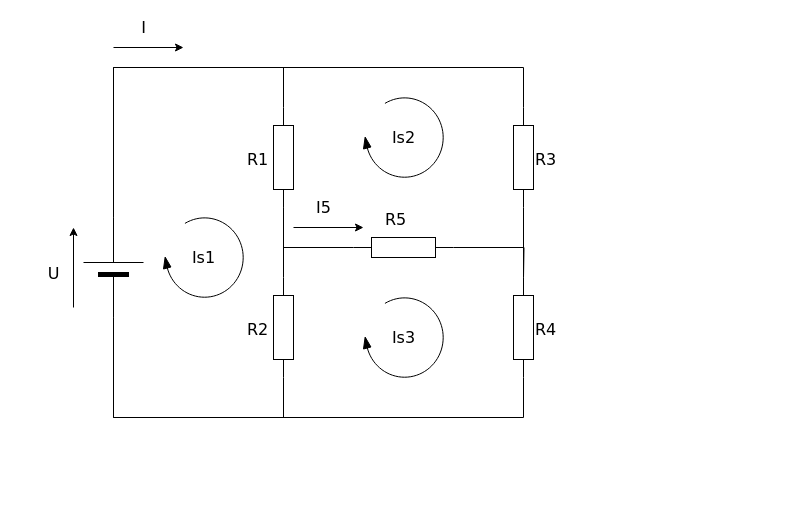
taiyo-harenohi/IUS keeps this draw.io diagram as Untitled Diagram.drawio. Above is the earlier version. Source tidied: cells renumbered, new cells numbered last; positions are measured from the earlier drawing's top-left corner, leaving out a move shared by most shapes. Both pictures are drawn from the tidied source at 100%, with x=0, y=0 at pixel (63, 47).
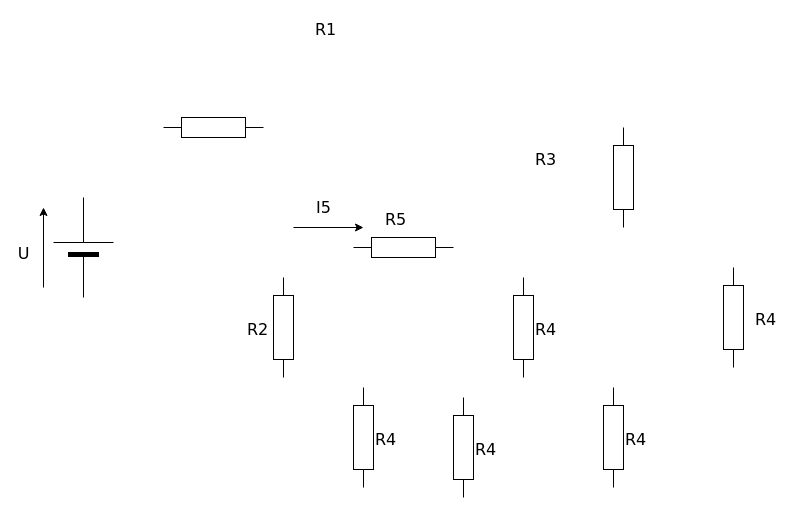
After the change.

The change refers to these unchanged cells:
```xml
<mxCell id="11" style="verticalLabelPosition=bottom;shadow=0;dashed=0;align=center;html=1;verticalAlign=top;strokeWidth=1;shape=mxgraph.electrical.resistors.resistor_1;rounded=1;comic=0;labelBackgroundColor=none;fontFamily=Verdana;fontSize=12;rotation=-90;" parent="1" vertex="1">
  <mxGeometry x="170" y="270" width="100" height="20" as="geometry" />
</mxCell>
<mxCell id="13" style="verticalLabelPosition=bottom;shadow=0;dashed=0;align=center;html=1;verticalAlign=top;strokeWidth=1;shape=mxgraph.electrical.resistors.resistor_1;rounded=1;comic=0;labelBackgroundColor=none;fontFamily=Verdana;fontSize=12;rotation=-90;" parent="1" vertex="1">
  <mxGeometry x="410" y="270" width="100" height="20" as="geometry" />
</mxCell>
<mxCell id="15" style="verticalLabelPosition=bottom;shadow=0;dashed=0;align=center;fillColor=#ffffff;html=1;verticalAlign=top;strokeWidth=1;shape=mxgraph.electrical.resistors.resistor_1;rounded=1;comic=0;labelBackgroundColor=none;fontFamily=Verdana;fontSize=12;fontColor=#000000;rotation=0;" parent="1" vertex="1">
  <mxGeometry x="290" y="190" width="100" height="20" as="geometry" />
</mxCell>
```

Diff of the diagram source:
```diff
@@
-    <mxCell id="2" style="edgeStyle=orthogonalEdgeStyle;rounded=0;html=1;exitX=1;exitY=0.5;exitPerimeter=0;entryX=1;entryY=0.5;entryPerimeter=0;labelBackgroundColor=none;startArrow=none;startFill=0;startSize=5;endArrow=none;endFill=0;endSize=5;jettySize=auto;strokeWidth=1;fontFamily=Verdana;fontSize=12;" parent="1" edge="1" source="4" target="7">
-      <mxGeometry relative="1" as="geometry">
-        <Array as="points">
-          <mxPoint x="50" y="20" />
-          <mxPoint x="220" y="20" />
-        </Array>
-      </mxGeometry>
-    </mxCell>
-    <mxCell id="3" style="edgeStyle=orthogonalEdgeStyle;rounded=0;html=1;exitX=1;exitY=0.5;exitPerimeter=0;entryX=1;entryY=0.5;entryPerimeter=0;labelBackgroundColor=none;startArrow=none;startFill=0;startSize=5;endArrow=none;endFill=0;endSize=5;jettySize=auto;strokeWidth=1;fontFamily=Verdana;fontSize=12;" parent="1" edge="1" source="4" target="9">
-      <mxGeometry relative="1" as="geometry">
-        <Array as="points">
-          <mxPoint x="50" y="20" />
-          <mxPoint x="460" y="20" />
-        </Array>
-      </mxGeometry>
-    </mxCell>
     <mxCell id="4" style="verticalLabelPosition=bottom;shadow=0;dashed=0;align=center;fillColor=#000000;html=1;verticalAlign=top;strokeWidth=1;shape=mxgraph.electrical.miscellaneous.monocell_battery;rounded=1;comic=0;labelBackgroundColor=none;fontFamily=Verdana;fontSize=12;rotation=-90;" parent="1" vertex="1">
-      <mxGeometry y="190" width="100" height="60" as="geometry" />
+      <mxGeometry x="-30" y="170" width="100" height="60" as="geometry" />
     </mxCell>
-    <mxCell id="5" style="edgeStyle=orthogonalEdgeStyle;rounded=0;html=1;exitX=0;exitY=0.5;exitPerimeter=0;entryX=0;entryY=0.5;entryPerimeter=0;labelBackgroundColor=none;startArrow=none;startFill=0;startSize=5;endArrow=none;endFill=0;endSize=5;jettySize=auto;strokeWidth=1;fontFamily=Verdana;fontSize=12;" parent="1" edge="1" source="7" target="15">
-      <mxGeometry relative="1" as="geometry" />
-    </mxCell>
-    <mxCell id="6" style="edgeStyle=orthogonalEdgeStyle;rounded=0;html=1;exitX=0;exitY=0.5;exitPerimeter=0;entryX=1;entryY=0.5;entryPerimeter=0;labelBackgroundColor=none;startArrow=none;startFill=0;startSize=5;endArrow=none;endFill=0;endSize=5;jettySize=auto;strokeWidth=1;fontFamily=Verdana;fontSize=12;" parent="1" edge="1" source="7" target="11">
-      <mxGeometry relative="1" as="geometry" />
-    </mxCell>
-    <mxCell id="7" style="verticalLabelPosition=bottom;shadow=0;dashed=0;align=center;html=1;verticalAlign=top;strokeWidth=1;shape=mxgraph.electrical.resistors.resistor_1;rounded=1;comic=0;labelBackgroundColor=none;fontFamily=Verdana;fontSize=12;rotation=-90;" parent="1" vertex="1">
-      <mxGeometry x="170" y="100" width="100" height="20" as="geometry" />
+    <mxCell id="7" style="verticalLabelPosition=bottom;shadow=0;dashed=0;align=center;html=1;verticalAlign=top;strokeWidth=1;shape=mxgraph.electrical.resistors.resistor_1;rounded=1;comic=0;labelBackgroundColor=none;fontFamily=Verdana;fontSize=12;rotation=0;" parent="1" vertex="1">
+      <mxGeometry x="100" y="70" width="100" height="20" as="geometry" />
     </mxCell>
-    <mxCell id="8" style="edgeStyle=orthogonalEdgeStyle;rounded=0;html=1;exitX=0;exitY=0.5;exitPerimeter=0;entryX=1;entryY=0.5;entryPerimeter=0;labelBackgroundColor=none;startArrow=none;startFill=0;startSize=5;endArrow=none;endFill=0;endSize=5;jettySize=auto;strokeWidth=1;fontFamily=Verdana;fontSize=12;" parent="1" edge="1" source="9" target="13">
-      <mxGeometry relative="1" as="geometry" />
-    </mxCell>
     <mxCell id="9" style="verticalLabelPosition=bottom;shadow=0;dashed=0;align=center;html=1;verticalAlign=top;strokeWidth=1;shape=mxgraph.electrical.resistors.resistor_1;rounded=1;comic=0;labelBackgroundColor=none;fontFamily=Verdana;fontSize=12;rotation=-90;" parent="1" vertex="1">
-      <mxGeometry x="410" y="100" width="100" height="20" as="geometry" />
+      <mxGeometry x="510" y="120" width="100" height="20" as="geometry" />
     </mxCell>
-    <mxCell id="10" style="edgeStyle=orthogonalEdgeStyle;rounded=0;html=1;exitX=0;exitY=0.5;exitPerimeter=0;entryX=0;entryY=0.5;entryPerimeter=0;labelBackgroundColor=none;startArrow=none;startFill=0;startSize=5;endArrow=none;endFill=0;endSize=5;jettySize=auto;strokeWidth=1;fontFamily=Verdana;fontSize=12;" parent="1" edge="1" source="11" target="4">
-      <mxGeometry relative="1" as="geometry">
-        <Array as="points">
-          <mxPoint x="220" y="370" />
-          <mxPoint x="50" y="370" />
-        </Array>
-      </mxGeometry>
-    </mxCell>
@@
-    <mxCell id="12" style="edgeStyle=orthogonalEdgeStyle;rounded=0;html=1;exitX=0;exitY=0.5;exitPerimeter=0;entryX=0;entryY=0.5;entryPerimeter=0;labelBackgroundColor=none;startArrow=none;startFill=0;startSize=5;endArrow=none;endFill=0;endSize=5;jettySize=auto;strokeWidth=1;fontFamily=Verdana;fontSize=12;" parent="1" edge="1" source="13" target="4">
-      <mxGeometry relative="1" as="geometry">
-        <Array as="points">
-          <mxPoint x="460" y="370" />
-          <mxPoint x="50" y="370" />
-        </Array>
-      </mxGeometry>
-    </mxCell>
@@
-    <mxCell id="14" style="edgeStyle=orthogonalEdgeStyle;rounded=0;html=1;exitX=1;exitY=0.5;exitPerimeter=0;labelBackgroundColor=none;startArrow=none;startFill=0;startSize=5;endArrow=none;endFill=0;endSize=5;jettySize=auto;strokeWidth=1;fontFamily=Verdana;fontSize=12;" parent="1" edge="1" source="15">
-      <mxGeometry relative="1" as="geometry">
-        <mxPoint x="460" y="230" as="targetPoint" />
-      </mxGeometry>
-    </mxCell>
@@
     <mxCell id="16" value="R1" style="text;html=1;align=left;verticalAlign=top;spacingTop=-4;fontSize=16;fontFamily=Verdana;" parent="1" vertex="1">
-      <mxGeometry x="182" y="100" width="40" height="20" as="geometry" />
+      <mxGeometry x="250" y="-30" width="40" height="20" as="geometry" />
     </mxCell>
@@
-    <mxCell id="21" value="I" style="endArrow=classic;html=1;labelBackgroundColor=none;strokeWidth=1;fontFamily=Verdana;fontSize=16;" parent="1" edge="1">
-      <mxGeometry x="-0.14" y="20" relative="1" as="geometry">
-        <mxPoint x="50" as="sourcePoint" />
-        <mxPoint x="120" as="targetPoint" />
-      </mxGeometry>
-    </mxCell>
     <mxCell id="22" value="U" style="endArrow=classic;html=1;labelBackgroundColor=none;strokeWidth=1;fontFamily=Verdana;fontSize=16;" parent="1" edge="1">
       <mxGeometry x="-0.14" y="20" relative="1" as="geometry">
-        <mxPoint x="10" y="260" as="sourcePoint" />
-        <mxPoint x="10" y="180" as="targetPoint" />
+        <mxPoint x="-20" y="240" as="sourcePoint" />
+        <mxPoint x="-20" y="160" as="targetPoint" />
       </mxGeometry>
     </mxCell>
@@
-    <mxCell id="24" value="Is1" style="verticalLabelPosition=middle;html=1;verticalAlign=middle;strokeWidth=1;shape=mxgraph.lean_mapping.physical_pull;rounded=1;shadow=0;comic=0;labelBackgroundColor=none;fillColor=#000000;fontFamily=Verdana;fontSize=16;align=center;flipH=1;labelPosition=center;" parent="1" vertex="1">
-      <mxGeometry x="100" y="170" width="80" height="80" as="geometry" />
-    </mxCell>
-    <mxCell id="25" value="Is2" style="verticalLabelPosition=middle;html=1;verticalAlign=middle;strokeWidth=1;shape=mxgraph.lean_mapping.physical_pull;rounded=1;shadow=0;comic=0;labelBackgroundColor=none;fillColor=#000000;fontFamily=Verdana;fontSize=16;align=center;flipH=1;labelPosition=center;" parent="1" vertex="1">
-      <mxGeometry x="300" y="50" width="80" height="80" as="geometry" />
-    </mxCell>
-    <mxCell id="26" value="Is3" style="verticalLabelPosition=middle;html=1;verticalAlign=middle;strokeWidth=1;shape=mxgraph.lean_mapping.physical_pull;rounded=1;shadow=0;comic=0;labelBackgroundColor=none;fillColor=#000000;fontFamily=Verdana;fontSize=16;align=center;flipH=1;labelPosition=center;" parent="1" vertex="1">
-      <mxGeometry x="300" y="250" width="80" height="80" as="geometry" />
-    </mxCell>
+    <mxCell id="27" style="verticalLabelPosition=bottom;shadow=0;dashed=0;align=center;html=1;verticalAlign=top;strokeWidth=1;shape=mxgraph.electrical.resistors.resistor_1;rounded=1;comic=0;labelBackgroundColor=none;fontFamily=Verdana;fontSize=12;rotation=-90;" parent="1" vertex="1">
+      <mxGeometry x="250" y="380" width="100" height="20" as="geometry" />
+    </mxCell>
+    <mxCell id="28" value="R4" style="text;html=1;align=left;verticalAlign=top;spacingTop=-4;fontSize=16;fontFamily=Verdana;" parent="1" vertex="1">
+      <mxGeometry x="310" y="380" width="40" height="20" as="geometry" />
+    </mxCell>
+    <mxCell id="29" style="verticalLabelPosition=bottom;shadow=0;dashed=0;align=center;html=1;verticalAlign=top;strokeWidth=1;shape=mxgraph.electrical.resistors.resistor_1;rounded=1;comic=0;labelBackgroundColor=none;fontFamily=Verdana;fontSize=12;rotation=-90;" parent="1" vertex="1">
+      <mxGeometry x="350" y="390" width="100" height="20" as="geometry" />
+    </mxCell>
+    <mxCell id="30" value="R4" style="text;html=1;align=left;verticalAlign=top;spacingTop=-4;fontSize=16;fontFamily=Verdana;" parent="1" vertex="1">
+      <mxGeometry x="410" y="390" width="40" height="20" as="geometry" />
+    </mxCell>
+    <mxCell id="31" style="verticalLabelPosition=bottom;shadow=0;dashed=0;align=center;html=1;verticalAlign=top;strokeWidth=1;shape=mxgraph.electrical.resistors.resistor_1;rounded=1;comic=0;labelBackgroundColor=none;fontFamily=Verdana;fontSize=12;rotation=-90;" parent="1" vertex="1">
+      <mxGeometry x="500" y="380" width="100" height="20" as="geometry" />
+    </mxCell>
+    <mxCell id="32" value="R4" style="text;html=1;align=left;verticalAlign=top;spacingTop=-4;fontSize=16;fontFamily=Verdana;" parent="1" vertex="1">
+      <mxGeometry x="560" y="380" width="40" height="20" as="geometry" />
+    </mxCell>
+    <mxCell id="33" style="verticalLabelPosition=bottom;shadow=0;dashed=0;align=center;html=1;verticalAlign=top;strokeWidth=1;shape=mxgraph.electrical.resistors.resistor_1;rounded=1;comic=0;labelBackgroundColor=none;fontFamily=Verdana;fontSize=12;rotation=-90;" parent="1" vertex="1">
+      <mxGeometry x="620" y="260" width="100" height="20" as="geometry" />
+    </mxCell>
+    <mxCell id="34" value="R4" style="text;html=1;align=left;verticalAlign=top;spacingTop=-4;fontSize=16;fontFamily=Verdana;" parent="1" vertex="1">
+      <mxGeometry x="690" y="260" width="40" height="20" as="geometry" />
+    </mxCell>
```
